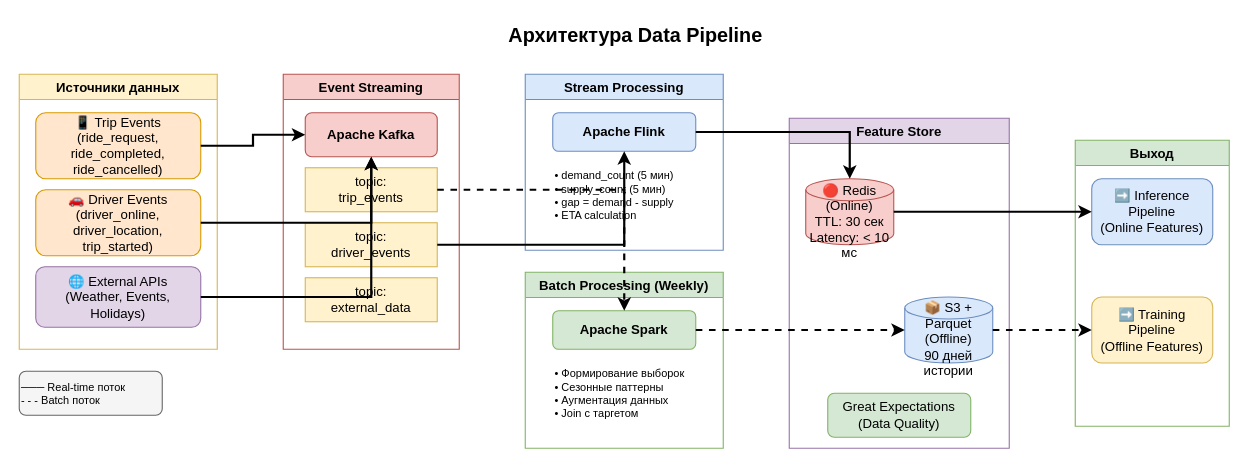
mityamuch/MachineSystemsKP keeps this draw.io diagram as diagrams/2_data_pipeline.drawio. Above is the earlier version. Source tidied: cells renumbered, new cells numbered last; positions are measured from the earlier drawing's top-left corner, leaving out a move shared by most shapes. Both pictures are drawn from the tidied source at 110%, with x=0, y=0 at pixel (19, 19).
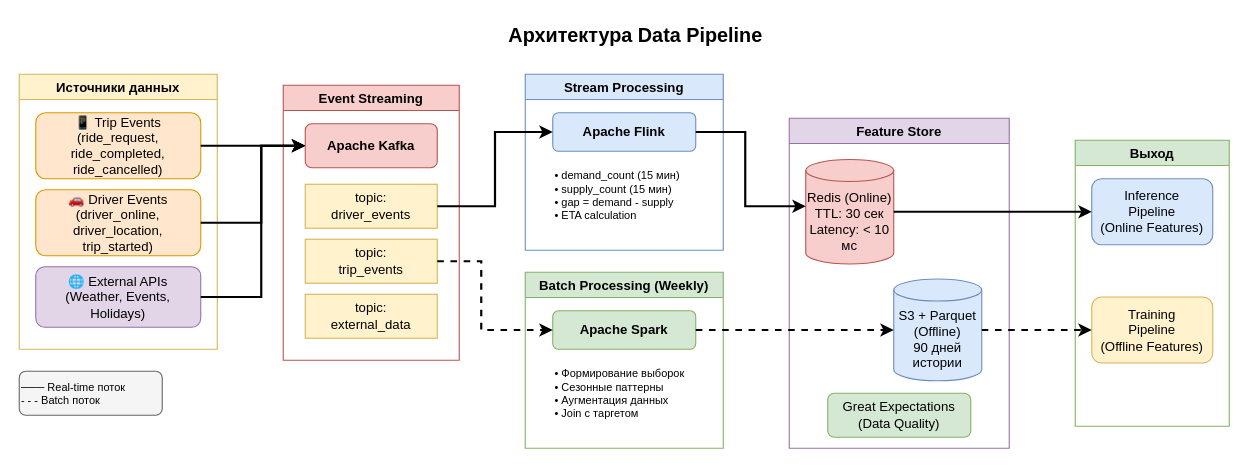
After the change.

Unchanged cells that the change refers to:
```xml
<mxCell id="4" value="📱 Trip Events&#10;(ride_request,&#10;ride_completed,&#10;ride_cancelled)" style="rounded=1;whiteSpace=wrap;html=1;fillColor=#ffe6cc;strokeColor=#d79b00;" parent="3" vertex="1">
  <mxGeometry x="15" y="35" width="150" height="60" as="geometry" />
</mxCell>
<mxCell id="5" value="🚗 Driver Events&#10;(driver_online,&#10;driver_location,&#10;trip_started)" style="rounded=1;whiteSpace=wrap;html=1;fillColor=#ffe6cc;strokeColor=#d79b00;" parent="3" vertex="1">
  <mxGeometry x="15" y="105" width="150" height="60" as="geometry" />
</mxCell>
<mxCell id="6" value="🌐 External APIs&#10;(Weather, Events,&#10;Holidays)" style="rounded=1;whiteSpace=wrap;html=1;fillColor=#e1d5e7;strokeColor=#9673a6;" parent="3" vertex="1">
  <mxGeometry x="15" y="175" width="150" height="55" as="geometry" />
</mxCell>
<mxCell id="8" value="Apache Kafka" style="rounded=1;whiteSpace=wrap;html=1;fillColor=#f8cecc;strokeColor=#b85450;fontStyle=1;" parent="7" vertex="1">
  <mxGeometry x="20" y="35" width="120" height="40" as="geometry" />
</mxCell>
<mxCell id="12" value="Stream Processing" style="swimlane;fillColor=#dae8fc;strokeColor=#6c8ebf;fontStyle=1;" parent="1" vertex="1">
  <mxGeometry x="460" y="50" width="180" height="160" as="geometry" />
</mxCell>
<mxCell id="13" value="Apache Flink" style="rounded=1;whiteSpace=wrap;html=1;fillColor=#dae8fc;strokeColor=#6c8ebf;fontStyle=1;" parent="12" vertex="1">
  <mxGeometry x="25" y="35" width="130" height="35" as="geometry" />
</mxCell>
<mxCell id="16" value="Apache Spark" style="rounded=1;whiteSpace=wrap;html=1;fillColor=#d5e8d4;strokeColor=#82b366;fontStyle=1;" parent="15" vertex="1">
  <mxGeometry x="25" y="35" width="130" height="35" as="geometry" />
</mxCell>
<mxCell id="18" value="Feature Store" style="swimlane;fillColor=#e1d5e7;strokeColor=#9673a6;fontStyle=1;" parent="1" vertex="1">
  <mxGeometry x="700" y="90" width="200" height="300" as="geometry" />
</mxCell>
<mxCell id="22" value="Выход" style="swimlane;fillColor=#d5e8d4;strokeColor=#82b366;fontStyle=1;" parent="1" vertex="1">
  <mxGeometry x="960" y="110" width="140" height="260" as="geometry" />
</mxCell>
```

What changed in the source:
```diff
@@
     <mxCell id="7" value="Event Streaming" style="swimlane;fillColor=#f8cecc;strokeColor=#b85450;fontStyle=1;" parent="1" vertex="1">
-      <mxGeometry x="240" y="50" width="160" height="250" as="geometry" />
+      <mxGeometry x="240" y="60" width="160" height="250" as="geometry" />
     </mxCell>
@@
-    <mxCell id="9" value="topic:&#10;trip_events" style="rounded=0;whiteSpace=wrap;html=1;fillColor=#fff2cc;strokeColor=#d6b656;" parent="7" vertex="1">
-      <mxGeometry x="20" y="85" width="120" height="40" as="geometry" />
-    </mxCell>
     <mxCell id="10" value="topic:&#10;driver_events" style="rounded=0;whiteSpace=wrap;html=1;fillColor=#fff2cc;strokeColor=#d6b656;" parent="7" vertex="1">
-      <mxGeometry x="20" y="135" width="120" height="40" as="geometry" />
+      <mxGeometry x="20" y="90" width="120" height="40" as="geometry" />
     </mxCell>
     <mxCell id="11" value="topic:&#10;external_data" style="rounded=0;whiteSpace=wrap;html=1;fillColor=#fff2cc;strokeColor=#d6b656;" parent="7" vertex="1">
-      <mxGeometry x="20" y="185" width="120" height="40" as="geometry" />
+      <mxGeometry x="20" y="190" width="120" height="40" as="geometry" />
     </mxCell>
+    <mxCell id="9" value="topic:&#10;trip_events" style="rounded=0;whiteSpace=wrap;html=1;fillColor=#fff2cc;strokeColor=#d6b656;" parent="7" vertex="1">
+      <mxGeometry x="20" y="140" width="120" height="40" as="geometry" />
+    </mxCell>
@@
-    <mxCell id="14" value="• demand_count (5 мин)&#10;• supply_count (5 мин)&#10;• gap = demand - supply&#10;• ETA calculation" style="text;html=1;strokeColor=none;fillColor=none;align=left;verticalAlign=top;fontSize=10;" parent="12" vertex="1">
+    <mxCell id="14" value="• demand_count (15 мин)&#10;• supply_count (15 мин)&#10;• gap = demand - supply&#10;• ETA calculation" style="text;html=1;strokeColor=none;fillColor=none;align=left;verticalAlign=top;fontSize=10;" parent="12" vertex="1">
       <mxGeometry x="25" y="80" width="140" height="70" as="geometry" />
     </mxCell>
@@
-    <mxCell id="19" value="🔴 Redis (Online)&#10;TTL: 30 сек&#10;Latency: &lt; 10 мс" style="shape=cylinder3;whiteSpace=wrap;html=1;boundedLbl=1;backgroundOutline=1;size=10;fillColor=#f8cecc;strokeColor=#b85450;" parent="18" vertex="1">
-      <mxGeometry x="15" y="55" width="80" height="60" as="geometry" />
+    <mxCell id="19" value="Redis (Online)&lt;br&gt;TTL: 30 сек&lt;br&gt;Latency: &amp;lt; 10 мс" style="shape=cylinder3;whiteSpace=wrap;html=1;boundedLbl=1;backgroundOutline=1;size=10;fillColor=#f8cecc;strokeColor=#b85450;" parent="18" vertex="1">
+      <mxGeometry x="15" y="37.5" width="80" height="95" as="geometry" />
     </mxCell>
-    <mxCell id="20" value="📦 S3 + Parquet&#10;(Offline)&#10;90 дней истории" style="shape=cylinder3;whiteSpace=wrap;html=1;boundedLbl=1;backgroundOutline=1;size=10;fillColor=#dae8fc;strokeColor=#6c8ebf;" parent="18" vertex="1">
-      <mxGeometry x="105" y="162.5" width="80" height="60" as="geometry" />
+    <mxCell id="20" value="S3 + Parquet&lt;br&gt;(Offline)&lt;br&gt;90 дней истории" style="shape=cylinder3;whiteSpace=wrap;html=1;boundedLbl=1;backgroundOutline=1;size=10;fillColor=#dae8fc;strokeColor=#6c8ebf;" parent="18" vertex="1">
+      <mxGeometry x="95" y="146.2" width="80" height="92.5" as="geometry" />
     </mxCell>
@@
-    <mxCell id="23" value="➡️ Inference&#10;Pipeline&#10;(Online Features)" style="rounded=1;whiteSpace=wrap;html=1;fillColor=#dae8fc;strokeColor=#6c8ebf;" parent="22" vertex="1">
+    <mxCell id="23" value="Inference&lt;br&gt;Pipeline&lt;br&gt;(Online Features)" style="rounded=1;whiteSpace=wrap;html=1;fillColor=#dae8fc;strokeColor=#6c8ebf;" parent="22" vertex="1">
       <mxGeometry x="15" y="35" width="110" height="60" as="geometry" />
     </mxCell>
-    <mxCell id="24" value="➡️ Training&#10;Pipeline&#10;(Offline Features)" style="rounded=1;whiteSpace=wrap;html=1;fillColor=#fff2cc;strokeColor=#d6b656;" parent="22" vertex="1">
+    <mxCell id="24" value="Training&lt;br&gt;Pipeline&lt;br&gt;(Offline Features)" style="rounded=1;whiteSpace=wrap;html=1;fillColor=#fff2cc;strokeColor=#d6b656;" parent="22" vertex="1">
       <mxGeometry x="15" y="142.5" width="110" height="60" as="geometry" />
     </mxCell>
     <mxCell id="25" style="edgeStyle=orthogonalEdgeStyle;rounded=0;jettySize=auto;html=1;strokeWidth=2;" parent="1" edge="1" source="4" target="8">
-      <mxGeometry relative="1" as="geometry" />
+      <mxGeometry relative="1" as="geometry">
+        <Array as="points">
+          <mxPoint x="240" y="115" />
+          <mxPoint x="240" y="115" />
+        </Array>
+      </mxGeometry>
     </mxCell>
     <mxCell id="26" style="edgeStyle=orthogonalEdgeStyle;rounded=0;jettySize=auto;html=1;strokeWidth=2;" parent="1" edge="1" source="5" target="8">
-      <mxGeometry relative="1" as="geometry" />
+      <mxGeometry relative="1" as="geometry">
+        <Array as="points">
+          <mxPoint x="220" y="185" />
+          <mxPoint x="220" y="115" />
+        </Array>
+      </mxGeometry>
     </mxCell>
     <mxCell id="27" style="edgeStyle=orthogonalEdgeStyle;rounded=0;jettySize=auto;html=1;strokeWidth=2;" parent="1" edge="1" source="6" target="8">
-      <mxGeometry relative="1" as="geometry" />
+      <mxGeometry relative="1" as="geometry">
+        <Array as="points">
+          <mxPoint x="220" y="253" />
+          <mxPoint x="220" y="115" />
+        </Array>
+      </mxGeometry>
     </mxCell>
-    <mxCell id="28" style="edgeStyle=orthogonalEdgeStyle;rounded=0;jettySize=auto;html=1;strokeWidth=2;" parent="1" edge="1" source="10" target="13">
+    <mxCell id="28" style="edgeStyle=orthogonalEdgeStyle;rounded=0;jettySize=auto;html=1;strokeWidth=2;entryX=0;entryY=0.5;entryDx=0;entryDy=0;" parent="1" edge="1" source="10" target="13">
       <mxGeometry relative="1" as="geometry" />
     </mxCell>
-    <mxCell id="29" style="edgeStyle=orthogonalEdgeStyle;rounded=0;jettySize=auto;html=1;strokeWidth=2;dashed=1;" parent="1" edge="1" source="9" target="16">
-      <mxGeometry relative="1" as="geometry" />
+    <mxCell id="29" style="edgeStyle=orthogonalEdgeStyle;rounded=0;jettySize=auto;html=1;strokeWidth=2;dashed=1;entryX=0;entryY=0.5;entryDx=0;entryDy=0;" parent="1" edge="1" source="9" target="16">
+      <mxGeometry relative="1" as="geometry">
+        <Array as="points">
+          <mxPoint x="420" y="220" />
+          <mxPoint x="420" y="283" />
+        </Array>
+      </mxGeometry>
     </mxCell>
     <mxCell id="30" style="edgeStyle=orthogonalEdgeStyle;rounded=0;jettySize=auto;html=1;strokeWidth=2;" parent="1" edge="1" source="13" target="19">
-      <mxGeometry relative="1" as="geometry" />
+      <mxGeometry relative="1" as="geometry">
+        <Array as="points">
+          <mxPoint x="660" y="103" />
+          <mxPoint x="660" y="170" />
+        </Array>
+      </mxGeometry>
     </mxCell>
```
